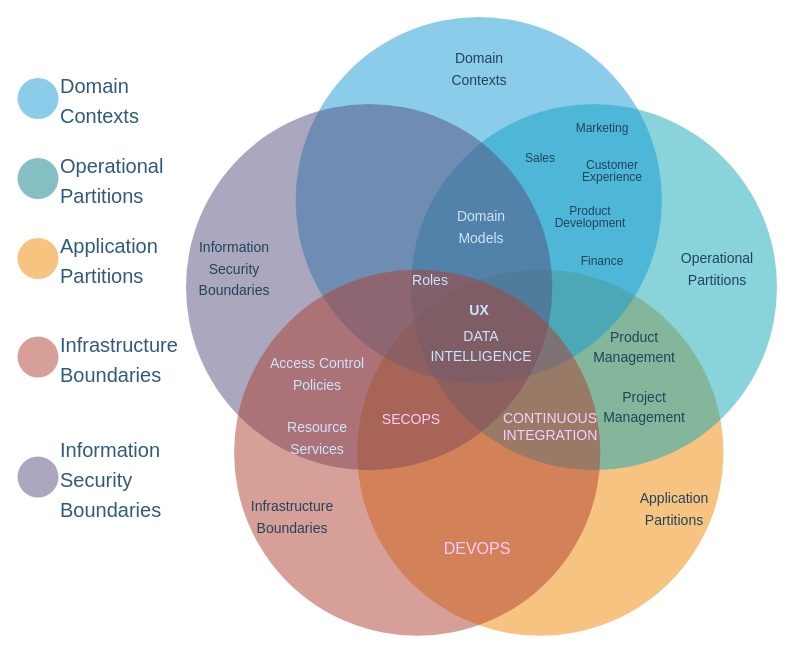
Before: assets/meta-contex.drawio in emmanuellim/synchroplay-book, a draw.io diagram. Source tidied: cells renumbered, new cells numbered last; positions are measured from the earlier drawing's top-left corner, leaving out a move shared by most shapes. Both pictures are drawn from the tidied source at 100%, with x=0, y=0 at pixel (17, 16).
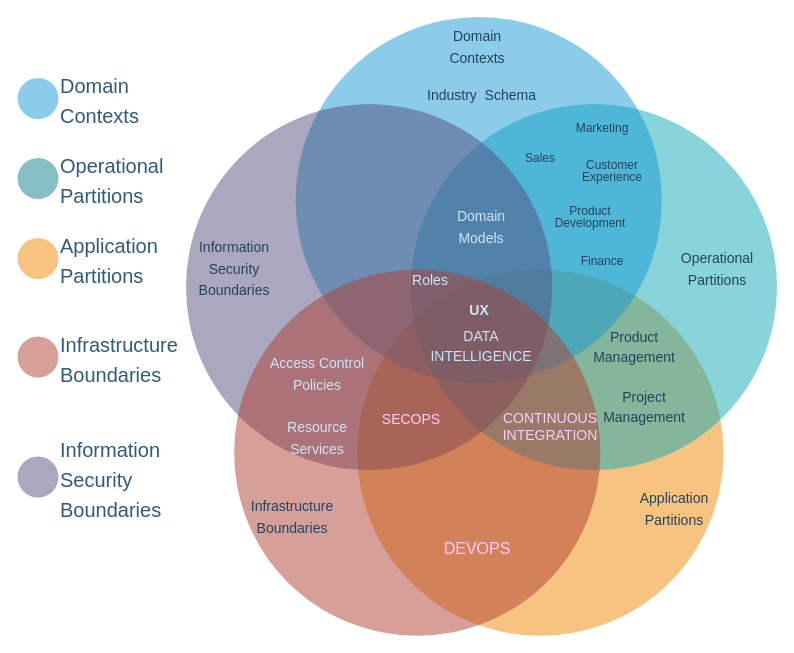
The same diagram, later.

Commit message (it also covers changes not shown here):
Added IIndustry Schema element

The change refers to these unchanged cells:
```xml
<mxCell id="7" style="group;" parent="1" vertex="1">
  <mxGeometry x="168.5" y="0.5" width="591" height="618.8" as="geometry" />
</mxCell>
```

The edit, as a diff of the source:
```diff
@@
     <mxCell id="14" value="&lt;font style=&quot;font-size: 14px&quot;&gt;Domain Contexts&lt;/font&gt;" style="text;html=1;strokeColor=none;fillColor=none;align=center;verticalAlign=middle;whiteSpace=wrap;rounded=0;shadow=1;labelBackgroundColor=none;fontSize=18;fontColor=#23445D;" parent="7" vertex="1">
-      <mxGeometry x="273" y="41" width="40" height="20" as="geometry" />
+      <mxGeometry x="271" y="19.5" width="40" height="20" as="geometry" />
     </mxCell>
@@
+    <mxCell id="35" value="&lt;font style=&quot;font-size: 14px&quot;&gt;Industry&amp;nbsp; Schema&lt;/font&gt;" style="text;html=1;strokeColor=none;fillColor=none;align=center;verticalAlign=middle;whiteSpace=wrap;rounded=0;shadow=1;labelBackgroundColor=none;fontSize=18;fontColor=#23445D;" parent="7" vertex="1">
+      <mxGeometry x="213.2" y="67" width="164.5" height="20" as="geometry" />
+    </mxCell>
```
